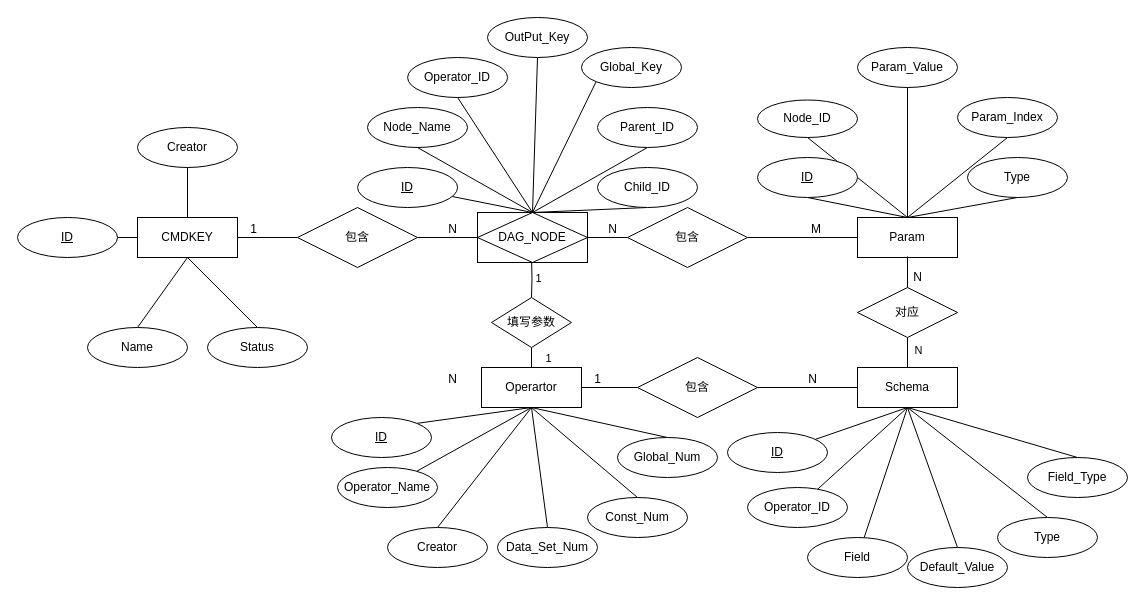
Above: page "第 1 页" (1 of 2) of 未命名绘图.drawio in nullbull/uml (draw.io), before the change. Source tidied: cells renumbered, new cells numbered last; positions are measured from the earlier drawing's top-left corner, leaving out a move shared by most shapes. Both pictures are drawn from the tidied source at 100%, with x=0, y=0 at pixel (17, 17).
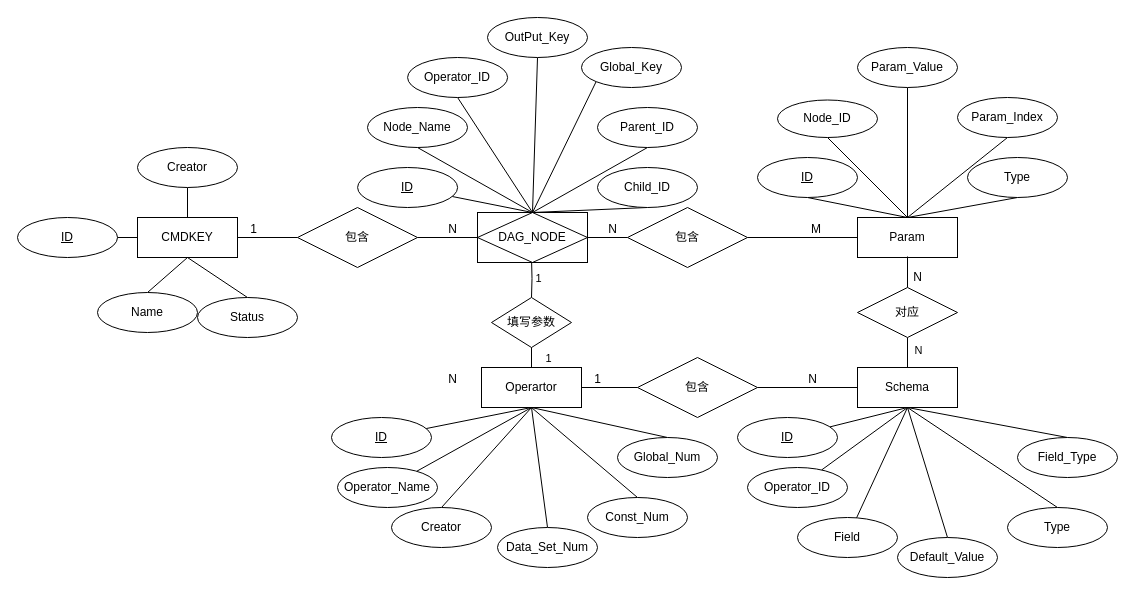
The same diagram, later.

Commit message:
更新未命名绘图.drawio

The change refers to these unchanged cells:
```xml
<mxCell id="2" value="CMDKEY" style="whiteSpace=wrap;html=1;align=center;" parent="1" vertex="1">
  <mxGeometry x="120" y="200" width="100" height="40" as="geometry" />
</mxCell>
<mxCell id="18" value="Operartor" style="whiteSpace=wrap;html=1;align=center;" parent="1" vertex="1">
  <mxGeometry x="464" y="350" width="100" height="40" as="geometry" />
</mxCell>
<mxCell id="39" value="&lt;u&gt;ID&lt;/u&gt;" style="ellipse;whiteSpace=wrap;html=1;align=center;" parent="1" vertex="1">
  <mxGeometry x="314" y="400" width="100" height="40" as="geometry" />
</mxCell>
```

What changed in the source:
```diff
@@
     <mxCell id="29" value="Name" style="ellipse;whiteSpace=wrap;html=1;align=center;" parent="1" vertex="1">
-      <mxGeometry x="70" y="310" width="100" height="40" as="geometry" />
+      <mxGeometry x="80" y="275" width="100" height="40" as="geometry" />
     </mxCell>
-    <mxCell id="30" style="edgeStyle=orthogonalEdgeStyle;rounded=0;jettySize=auto;html=1;exitX=0.5;exitY=1;exitDx=0;exitDy=0;entryX=0.5;entryY=0;entryDx=0;entryDy=0;endArrow=none;endFill=0;" parent="1" edge="1" source="31" target="2">
+    <mxCell id="30" style="rounded=0;jettySize=auto;html=1;exitX=0.5;exitY=1;exitDx=0;exitDy=0;entryX=0.5;entryY=0;entryDx=0;entryDy=0;endArrow=none;endFill=0;" parent="1" edge="1" source="31" target="2">
       <mxGeometry relative="1" as="geometry" />
     </mxCell>
     <mxCell id="31" value="Creator" style="ellipse;whiteSpace=wrap;html=1;align=center;" parent="1" vertex="1">
-      <mxGeometry x="120" y="110" width="100" height="40" as="geometry" />
+      <mxGeometry x="120" y="130" width="100" height="40" as="geometry" />
     </mxCell>
@@
     <mxCell id="35" value="Status" style="ellipse;whiteSpace=wrap;html=1;align=center;" parent="1" vertex="1">
-      <mxGeometry x="190" y="310" width="100" height="40" as="geometry" />
+      <mxGeometry x="180" y="280" width="100" height="40" as="geometry" />
     </mxCell>
@@
-    <mxCell id="38" style="edgeStyle=none;rounded=0;jettySize=auto;html=1;exitX=1;exitY=0;exitDx=0;exitDy=0;entryX=0.5;entryY=1;entryDx=0;entryDy=0;endArrow=none;endFill=0;" parent="1" edge="1" source="39" target="18">
+    <mxCell id="38" style="edgeStyle=none;rounded=0;jettySize=auto;html=1;entryX=0.5;entryY=1;entryDx=0;entryDy=0;endArrow=none;endFill=0;" parent="1" edge="1" source="39" target="18">
       <mxGeometry relative="1" as="geometry" />
     </mxCell>
@@
     <mxCell id="41" value="Creator" style="ellipse;whiteSpace=wrap;html=1;align=center;" parent="1" vertex="1">
-      <mxGeometry x="370" y="510" width="100" height="40" as="geometry" />
+      <mxGeometry x="374" y="490" width="100" height="40" as="geometry" />
     </mxCell>
@@
     <mxCell id="50" value="Operator_ID" style="ellipse;whiteSpace=wrap;html=1;align=center;" parent="1" vertex="1">
-      <mxGeometry x="730" y="470" width="100" height="40" as="geometry" />
+      <mxGeometry x="730" y="450" width="100" height="40" as="geometry" />
     </mxCell>
@@
     <mxCell id="52" value="Field" style="ellipse;whiteSpace=wrap;html=1;align=center;" parent="1" vertex="1">
-      <mxGeometry x="790" y="520" width="100" height="40" as="geometry" />
+      <mxGeometry x="780" y="500" width="100" height="40" as="geometry" />
     </mxCell>
@@
     <mxCell id="54" value="Field_Type" style="ellipse;whiteSpace=wrap;html=1;align=center;" parent="1" vertex="1">
-      <mxGeometry x="1010" y="440" width="100" height="40" as="geometry" />
+      <mxGeometry x="1000" y="420" width="100" height="40" as="geometry" />
     </mxCell>
@@
     <mxCell id="56" value="Type" style="ellipse;whiteSpace=wrap;html=1;align=center;" parent="1" vertex="1">
-      <mxGeometry x="980" y="500" width="100" height="40" as="geometry" />
+      <mxGeometry x="990" y="490" width="100" height="40" as="geometry" />
     </mxCell>
@@
     <mxCell id="58" value="Default_Value" style="ellipse;whiteSpace=wrap;html=1;align=center;" parent="1" vertex="1">
-      <mxGeometry x="890" y="530" width="100" height="40" as="geometry" />
+      <mxGeometry x="880" y="520" width="100" height="40" as="geometry" />
     </mxCell>
@@
     <mxCell id="60" value="&lt;u&gt;ID&lt;/u&gt;" style="ellipse;whiteSpace=wrap;html=1;align=center;" parent="1" vertex="1">
-      <mxGeometry x="710" y="415" width="100" height="40" as="geometry" />
+      <mxGeometry x="720" y="400" width="100" height="40" as="geometry" />
     </mxCell>
@@
     <mxCell id="76" value="Node_ID" style="ellipse;whiteSpace=wrap;html=1;align=center;" parent="1" vertex="1">
-      <mxGeometry x="740" y="82.5" width="100" height="37.5" as="geometry" />
+      <mxGeometry x="760" y="82.5" width="100" height="37.5" as="geometry" />
     </mxCell>
@@
+    <mxCell id="90" style="edgeStyle=none;rounded=0;orthogonalLoop=1;jettySize=auto;html=1;exitX=0.5;exitY=1;exitDx=0;exitDy=0;endArrow=none;endFill=0;" parent="1" edge="1" source="50" target="50">
+      <mxGeometry relative="1" as="geometry" />
+    </mxCell>
```
